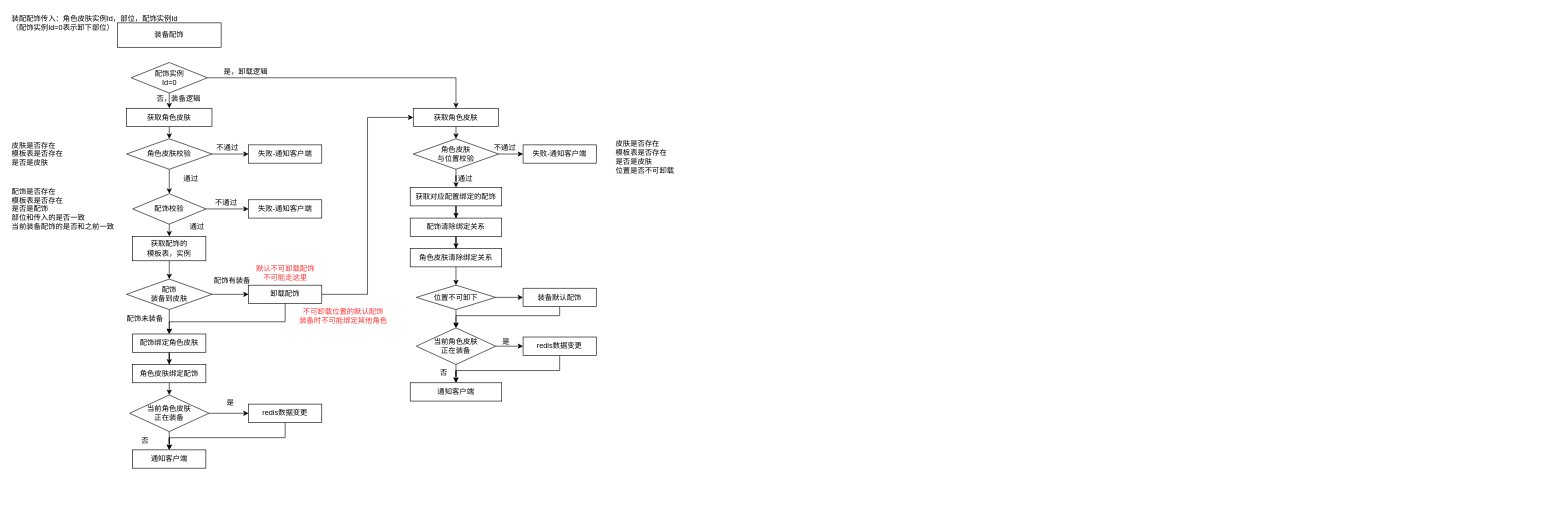
This is SSJJ2/SS2角色配饰系统.drawio from Ordertiny/graph, a draw.io file, before an edit. Source tidied: cells renumbered, new cells numbered last; positions are measured from the earlier drawing's top-left corner, leaving out a move shared by most shapes. Both pictures are drawn from the tidied source at 61%, with x=0, y=0 at pixel (10, 10).
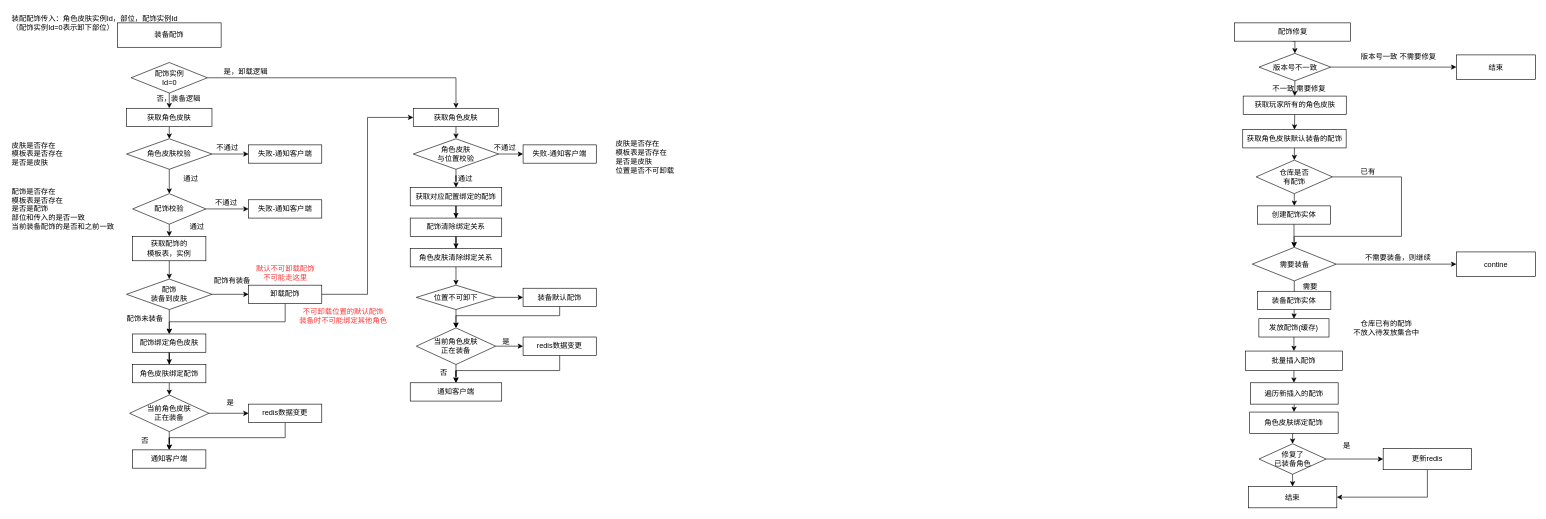
After the change.

Commit message:
更新SS2角色配饰系统.drawio

The edit, as a diff of the source:
```diff
@@
+    <mxCell id="77" style="edgeStyle=orthogonalEdgeStyle;rounded=0;jettySize=auto;html=1;exitX=0.5;exitY=1;exitDx=0;exitDy=0;entryX=0.5;entryY=0;entryDx=0;entryDy=0;" parent="1" edge="1" source="78" target="103">
+      <mxGeometry relative="1" as="geometry" />
+    </mxCell>
+    <mxCell id="78" value="配饰修复" style="rounded=0;whiteSpace=wrap;html=1;" parent="1" vertex="1">
+      <mxGeometry x="2006.5" y="20" width="190" height="30" as="geometry" />
+    </mxCell>
+    <mxCell id="79" style="edgeStyle=orthogonalEdgeStyle;rounded=0;jettySize=auto;html=1;exitX=0.5;exitY=1;exitDx=0;exitDy=0;entryX=0.5;entryY=0;entryDx=0;entryDy=0;" parent="1" edge="1" source="80" target="82">
+      <mxGeometry relative="1" as="geometry" />
+    </mxCell>
+    <mxCell id="80" value="获取玩家所有的角色皮肤" style="rounded=0;whiteSpace=wrap;html=1;" parent="1" vertex="1">
+      <mxGeometry x="2020.5" y="140" width="169" height="30" as="geometry" />
+    </mxCell>
+    <mxCell id="81" style="edgeStyle=orthogonalEdgeStyle;rounded=0;jettySize=auto;html=1;exitX=0.5;exitY=1;exitDx=0;exitDy=0;entryX=0.5;entryY=0;entryDx=0;entryDy=0;" parent="1" edge="1" source="82" target="85">
+      <mxGeometry relative="1" as="geometry" />
+    </mxCell>
+    <mxCell id="82" value="获取角色皮肤默认装备的配饰" style="rounded=0;whiteSpace=wrap;html=1;" parent="1" vertex="1">
+      <mxGeometry x="2019.8" y="195" width="169.5" height="30" as="geometry" />
+    </mxCell>
+    <mxCell id="83" style="edgeStyle=orthogonalEdgeStyle;rounded=0;jettySize=auto;html=1;exitX=0.5;exitY=1;exitDx=0;exitDy=0;" parent="1" edge="1" source="85" target="92">
+      <mxGeometry relative="1" as="geometry" />
+    </mxCell>
+    <mxCell id="84" style="edgeStyle=orthogonalEdgeStyle;rounded=0;jettySize=auto;html=1;exitX=1;exitY=0.5;exitDx=0;exitDy=0;" parent="1" edge="1" source="85" target="90">
+      <mxGeometry relative="1" as="geometry">
+        <Array as="points">
+          <mxPoint x="2280" y="273" />
+          <mxPoint x="2280" y="370" />
+          <mxPoint x="2104" y="370" />
+        </Array>
+      </mxGeometry>
+    </mxCell>
+    <mxCell id="85" value="仓库是否&lt;div&gt;有配饰&lt;/div&gt;" style="rhombus;whiteSpace=wrap;html=1;" parent="1" vertex="1">
+      <mxGeometry x="2041.8" y="245" width="125" height="55" as="geometry" />
+    </mxCell>
+    <mxCell id="86" style="edgeStyle=orthogonalEdgeStyle;rounded=0;jettySize=auto;html=1;exitX=0.5;exitY=1;exitDx=0;exitDy=0;entryX=0.5;entryY=0;entryDx=0;entryDy=0;" parent="1" edge="1" source="87" target="96">
+      <mxGeometry relative="1" as="geometry" />
+    </mxCell>
+    <mxCell id="87" value="发放配饰(缓存)" style="rounded=0;whiteSpace=wrap;html=1;" parent="1" vertex="1">
+      <mxGeometry x="2046.2" y="505" width="115" height="30" as="geometry" />
+    </mxCell>
+    <mxCell id="88" style="edgeStyle=orthogonalEdgeStyle;rounded=0;jettySize=auto;html=1;exitX=0.5;exitY=1;exitDx=0;exitDy=0;" parent="1" edge="1" source="90" target="94">
+      <mxGeometry relative="1" as="geometry" />
+    </mxCell>
+    <mxCell id="89" style="edgeStyle=orthogonalEdgeStyle;rounded=0;jettySize=auto;html=1;exitX=1;exitY=0.5;exitDx=0;exitDy=0;" parent="1" edge="1" source="90" target="115">
+      <mxGeometry relative="1" as="geometry" />
+    </mxCell>
+    <mxCell id="90" value="需要装备" style="rhombus;whiteSpace=wrap;html=1;" parent="1" vertex="1">
+      <mxGeometry x="2035.5" y="388" width="137.5" height="55" as="geometry" />
+    </mxCell>
+    <mxCell id="91" style="edgeStyle=orthogonalEdgeStyle;rounded=0;jettySize=auto;html=1;exitX=0.5;exitY=1;exitDx=0;exitDy=0;" parent="1" edge="1" source="92" target="90">
+      <mxGeometry relative="1" as="geometry" />
+    </mxCell>
+    <mxCell id="92" value="创建配饰实体" style="whiteSpace=wrap;html=1;" parent="1" vertex="1">
+      <mxGeometry x="2043.8" y="320" width="120" height="30" as="geometry" />
+    </mxCell>
+    <mxCell id="93" style="edgeStyle=orthogonalEdgeStyle;rounded=0;jettySize=auto;html=1;exitX=0.5;exitY=1;exitDx=0;exitDy=0;entryX=0.5;entryY=0;entryDx=0;entryDy=0;" parent="1" edge="1" source="94" target="87">
+      <mxGeometry relative="1" as="geometry" />
+    </mxCell>
+    <mxCell id="94" value="装备配饰实体" style="whiteSpace=wrap;html=1;" parent="1" vertex="1">
+      <mxGeometry x="2044.2" y="460" width="120" height="30" as="geometry" />
+    </mxCell>
+    <mxCell id="95" style="edgeStyle=orthogonalEdgeStyle;rounded=0;jettySize=auto;html=1;exitX=0.5;exitY=1;exitDx=0;exitDy=0;" parent="1" edge="1" source="96" target="98">
+      <mxGeometry relative="1" as="geometry" />
+    </mxCell>
+    <mxCell id="96" value="批量插入配饰" style="rounded=0;whiteSpace=wrap;html=1;" parent="1" vertex="1">
+      <mxGeometry x="2024.2" y="558" width="159" height="32" as="geometry" />
+    </mxCell>
+    <mxCell id="97" style="edgeStyle=orthogonalEdgeStyle;rounded=0;jettySize=auto;html=1;exitX=0.5;exitY=1;exitDx=0;exitDy=0;entryX=0.5;entryY=0;entryDx=0;entryDy=0;" parent="1" edge="1" source="98" target="100">
+      <mxGeometry relative="1" as="geometry" />
+    </mxCell>
+    <mxCell id="98" value="遍历新插入的配饰" style="rounded=0;whiteSpace=wrap;html=1;" parent="1" vertex="1">
+      <mxGeometry x="2032.2" y="610" width="144" height="35" as="geometry" />
+    </mxCell>
+    <mxCell id="99" style="edgeStyle=orthogonalEdgeStyle;rounded=0;jettySize=auto;html=1;exitX=0.5;exitY=1;exitDx=0;exitDy=0;entryX=0.5;entryY=0;entryDx=0;entryDy=0;" parent="1" edge="1" source="100" target="108">
+      <mxGeometry relative="1" as="geometry" />
+    </mxCell>
+    <mxCell id="100" value="角色皮肤绑定配饰" style="rounded=0;whiteSpace=wrap;html=1;" parent="1" vertex="1">
+      <mxGeometry x="2031.2" y="658" width="145" height="35" as="geometry" />
+    </mxCell>
+    <mxCell id="101" style="edgeStyle=orthogonalEdgeStyle;rounded=0;jettySize=auto;html=1;exitX=0.5;exitY=1;exitDx=0;exitDy=0;entryX=0.5;entryY=0;entryDx=0;entryDy=0;" parent="1" edge="1" source="103" target="80">
+      <mxGeometry relative="1" as="geometry" />
+    </mxCell>
+    <mxCell id="102" style="edgeStyle=orthogonalEdgeStyle;rounded=0;jettySize=auto;html=1;exitX=1;exitY=0.5;exitDx=0;exitDy=0;entryX=0;entryY=0.5;entryDx=0;entryDy=0;" parent="1" edge="1" source="103" target="104">
+      <mxGeometry relative="1" as="geometry" />
+    </mxCell>
+    <mxCell id="103" value="版本号不一致" style="rhombus;whiteSpace=wrap;html=1;" parent="1" vertex="1">
+      <mxGeometry x="2046.5" y="70" width="117.5" height="45" as="geometry" />
+    </mxCell>
+    <mxCell id="104" value="结束" style="whiteSpace=wrap;html=1;" parent="1" vertex="1">
+      <mxGeometry x="2370" y="72.5" width="130" height="40" as="geometry" />
+    </mxCell>
+    <mxCell id="105" value="版本号一致 不需要修复" style="text;html=1;align=center;verticalAlign=middle;strokeColor=none;fillColor=none;" parent="1" vertex="1">
+      <mxGeometry x="2199.5" y="60" width="150" height="30" as="geometry" />
+    </mxCell>
+    <mxCell id="106" style="edgeStyle=orthogonalEdgeStyle;rounded=0;jettySize=auto;html=1;exitX=1;exitY=0.5;exitDx=0;exitDy=0;" parent="1" edge="1" source="108" target="110">
+      <mxGeometry relative="1" as="geometry" />
+    </mxCell>
+    <mxCell id="107" style="edgeStyle=orthogonalEdgeStyle;rounded=0;jettySize=auto;html=1;exitX=0.5;exitY=1;exitDx=0;exitDy=0;entryX=0.5;entryY=0;entryDx=0;entryDy=0;" parent="1" edge="1" source="108" target="111">
+      <mxGeometry relative="1" as="geometry" />
+    </mxCell>
+    <mxCell id="108" value="修复了&lt;div&gt;已装备角色&lt;/div&gt;" style="rhombus;whiteSpace=wrap;html=1;" parent="1" vertex="1">
+      <mxGeometry x="2046.5" y="710" width="110" height="50" as="geometry" />
+    </mxCell>
+    <mxCell id="109" style="edgeStyle=orthogonalEdgeStyle;rounded=0;jettySize=auto;html=1;exitX=0.5;exitY=1;exitDx=0;exitDy=0;entryX=1;entryY=0.5;entryDx=0;entryDy=0;" parent="1" edge="1" source="110" target="111">
+      <mxGeometry relative="1" as="geometry" />
+    </mxCell>
+    <mxCell id="110" value="更新redis" style="rounded=0;whiteSpace=wrap;html=1;" parent="1" vertex="1">
+      <mxGeometry x="2250" y="717.5" width="145" height="35" as="geometry" />
+    </mxCell>
+    <mxCell id="111" value="结束" style="rounded=0;whiteSpace=wrap;html=1;" parent="1" vertex="1">
+      <mxGeometry x="2029" y="780" width="145" height="35" as="geometry" />
+    </mxCell>
+    <mxCell id="112" value="已有" style="text;html=1;align=center;verticalAlign=middle;strokeColor=none;fillColor=none;" parent="1" vertex="1">
+      <mxGeometry x="2199.5" y="250" width="50" height="30" as="geometry" />
+    </mxCell>
+    <mxCell id="113" value="仓库已有的配饰&lt;div&gt;不放入待发放集合中&lt;/div&gt;" style="text;html=1;align=center;verticalAlign=middle;strokeColor=none;fillColor=none;" parent="1" vertex="1">
+      <mxGeometry x="2189.5" y="500" width="130" height="40" as="geometry" />
+    </mxCell>
+    <mxCell id="114" value="是" style="text;html=1;align=center;verticalAlign=middle;strokeColor=none;fillColor=none;" parent="1" vertex="1">
+      <mxGeometry x="2170" y="698" width="40" height="30" as="geometry" />
+    </mxCell>
+    <mxCell id="115" value="contine" style="whiteSpace=wrap;html=1;" parent="1" vertex="1">
+      <mxGeometry x="2370" y="395.5" width="130" height="40" as="geometry" />
+    </mxCell>
+    <mxCell id="116" value="不需要装备，则继续" style="text;html=1;align=center;verticalAlign=middle;strokeColor=none;fillColor=none;" parent="1" vertex="1">
+      <mxGeometry x="2209.2" y="390" width="130" height="30" as="geometry" />
+    </mxCell>
+    <mxCell id="117" value="需要" style="text;html=1;align=center;verticalAlign=middle;strokeColor=none;fillColor=none;" parent="1" vertex="1">
+      <mxGeometry x="2105" y="438" width="50" height="30" as="geometry" />
+    </mxCell>
+    <mxCell id="118" value="不一致 需要修复" style="text;html=1;align=center;verticalAlign=middle;strokeColor=none;fillColor=none;" parent="1" vertex="1">
+      <mxGeometry x="2056.8" y="112.5" width="110" height="30" as="geometry" />
+    </mxCell>
```
